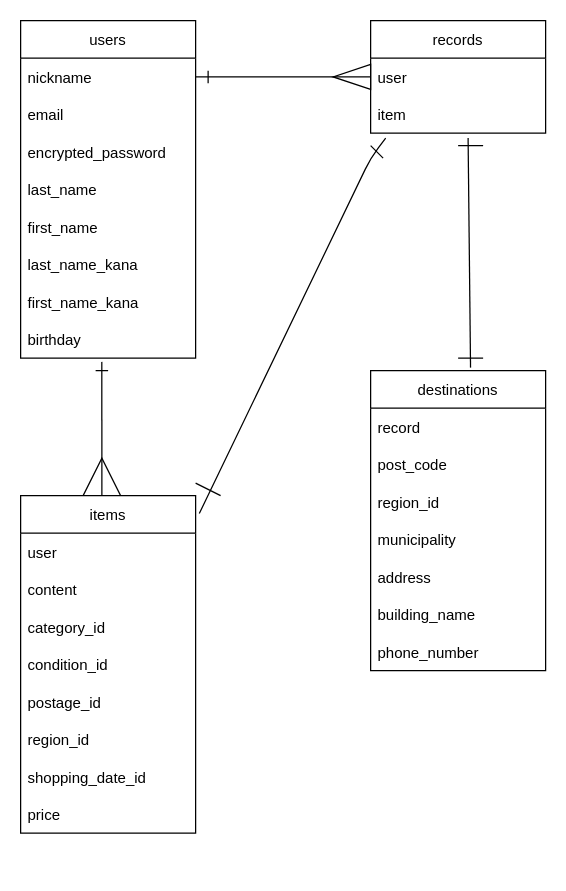
Before: test.dio in kazuhira1228/furima-37853, a draw.io diagram. Source tidied: cells renumbered, new cells numbered last; positions are measured from the earlier drawing's top-left corner, leaving out a move shared by most shapes. Both pictures are drawn from the tidied source at 125%, with x=0, y=0 at pixel (20, 20).
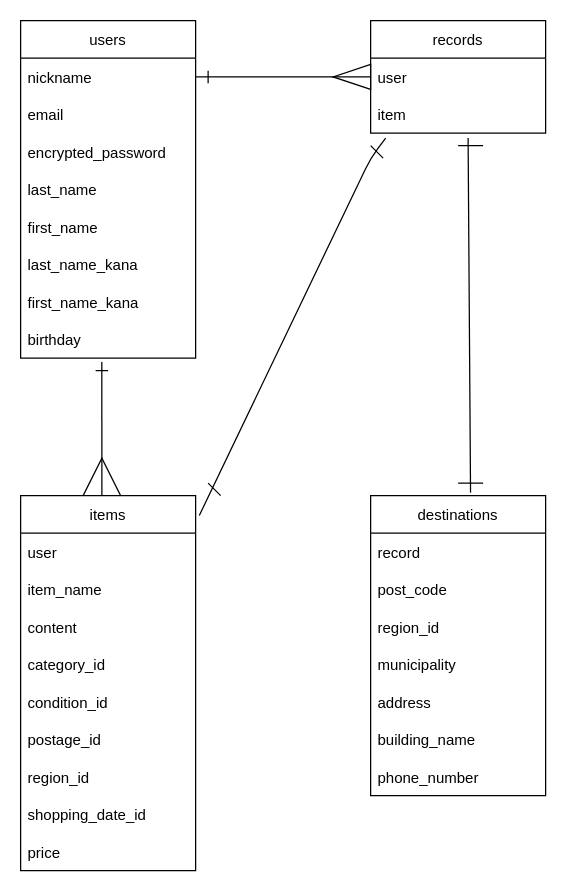
After the change.

Commit message (it also covers changes not shown here):
データベース設計　fifth commit

What changed in the source:
```diff
@@
     <mxCell id="15" value="items" style="swimlane;fontStyle=0;horizontal=1;startSize=30;" parent="1" vertex="1">
-      <mxGeometry y="380" width="140" height="270" as="geometry" />
+      <mxGeometry y="380" width="140" height="300" as="geometry" />
     </mxCell>
@@
+    <mxCell id="43" value="item_name" style="text;strokeColor=none;fillColor=none;align=left;verticalAlign=middle;spacingLeft=4;spacingRight=4;overflow=hidden;" parent="15" vertex="1">
+      <mxGeometry y="60" width="140" height="30" as="geometry" />
+    </mxCell>
     <mxCell id="17" value="content" style="text;strokeColor=none;fillColor=none;align=left;verticalAlign=middle;spacingLeft=4;spacingRight=4;overflow=hidden;" parent="15" vertex="1">
-      <mxGeometry y="60" width="140" height="30" as="geometry" />
+      <mxGeometry y="90" width="140" height="30" as="geometry" />
     </mxCell>
     <mxCell id="18" value="category_id" style="text;strokeColor=none;fillColor=none;align=left;verticalAlign=middle;spacingLeft=4;spacingRight=4;overflow=hidden;" parent="15" vertex="1">
-      <mxGeometry y="90" width="140" height="30" as="geometry" />
+      <mxGeometry y="120" width="140" height="30" as="geometry" />
     </mxCell>
     <mxCell id="19" value="condition_id" style="text;strokeColor=none;fillColor=none;align=left;verticalAlign=middle;spacingLeft=4;spacingRight=4;overflow=hidden;" parent="15" vertex="1">
-      <mxGeometry y="120" width="140" height="30" as="geometry" />
+      <mxGeometry y="150" width="140" height="30" as="geometry" />
     </mxCell>
     <mxCell id="20" value="postage_id" style="text;strokeColor=none;fillColor=none;align=left;verticalAlign=middle;spacingLeft=4;spacingRight=4;overflow=hidden;" parent="15" vertex="1">
-      <mxGeometry y="150" width="140" height="30" as="geometry" />
+      <mxGeometry y="180" width="140" height="30" as="geometry" />
     </mxCell>
     <mxCell id="21" value="region_id" style="text;strokeColor=none;fillColor=none;align=left;verticalAlign=middle;spacingLeft=4;spacingRight=4;overflow=hidden;" parent="15" vertex="1">
-      <mxGeometry y="180" width="140" height="30" as="geometry" />
+      <mxGeometry y="210" width="140" height="30" as="geometry" />
     </mxCell>
     <mxCell id="22" value="shopping_date_id" style="text;strokeColor=none;fillColor=none;align=left;verticalAlign=middle;spacingLeft=4;spacingRight=4;overflow=hidden;" parent="15" vertex="1">
-      <mxGeometry y="210" width="140" height="30" as="geometry" />
+      <mxGeometry y="240" width="140" height="30" as="geometry" />
     </mxCell>
     <mxCell id="23" value="price" style="text;strokeColor=none;fillColor=none;align=left;verticalAlign=middle;spacingLeft=4;spacingRight=4;overflow=hidden;" parent="15" vertex="1">
-      <mxGeometry y="240" width="140" height="30" as="geometry" />
+      <mxGeometry y="270" width="140" height="30" as="geometry" />
     </mxCell>
@@
     <mxCell id="28" value="destinations" style="swimlane;fontStyle=0;horizontal=1;startSize=30;" parent="1" vertex="1">
-      <mxGeometry x="280" y="280" width="140" height="240" as="geometry" />
+      <mxGeometry x="280" y="380" width="140" height="240" as="geometry" />
     </mxCell>
@@
     <mxCell id="40" style="endArrow=none;html=1;" parent="1" edge="1">
       <mxGeometry relative="1" as="geometry">
-        <mxPoint x="350" y="270" as="sourcePoint" />
-        <mxPoint x="370" y="270" as="targetPoint" />
+        <mxPoint x="350" y="370" as="sourcePoint" />
+        <mxPoint x="370" y="370" as="targetPoint" />
       </mxGeometry>
     </mxCell>
@@
     <mxCell id="42" style="endArrow=none;html=1;" parent="1" edge="1">
       <mxGeometry relative="1" as="geometry">
-        <mxPoint x="140" y="370" as="sourcePoint" />
+        <mxPoint x="150" y="370" as="sourcePoint" />
         <mxPoint x="160" y="380" as="targetPoint" />
       </mxGeometry>
     </mxCell>
```
